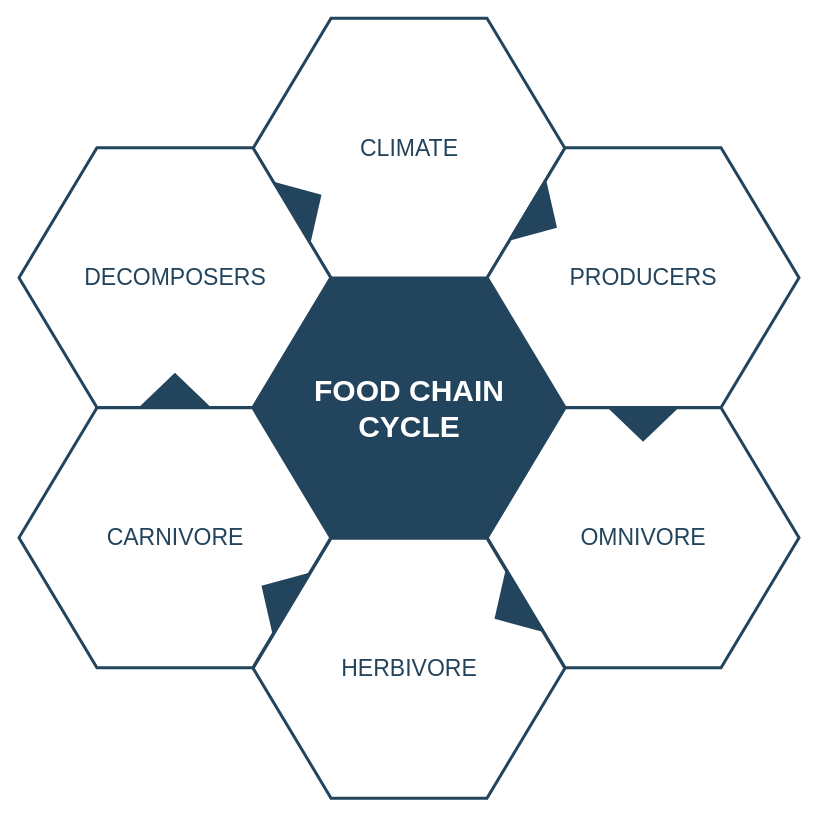
LuPat/project_dashboard keeps this draw.io diagram as data/Untitled Diagram.drawio. Above is the earlier version. Source tidied: cells renumbered, new cells numbered last; positions are measured from the earlier drawing's top-left corner, leaving out a move shared by most shapes. Both pictures are drawn from the tidied source at 100%, with x=0, y=0 at pixel (18, 18).
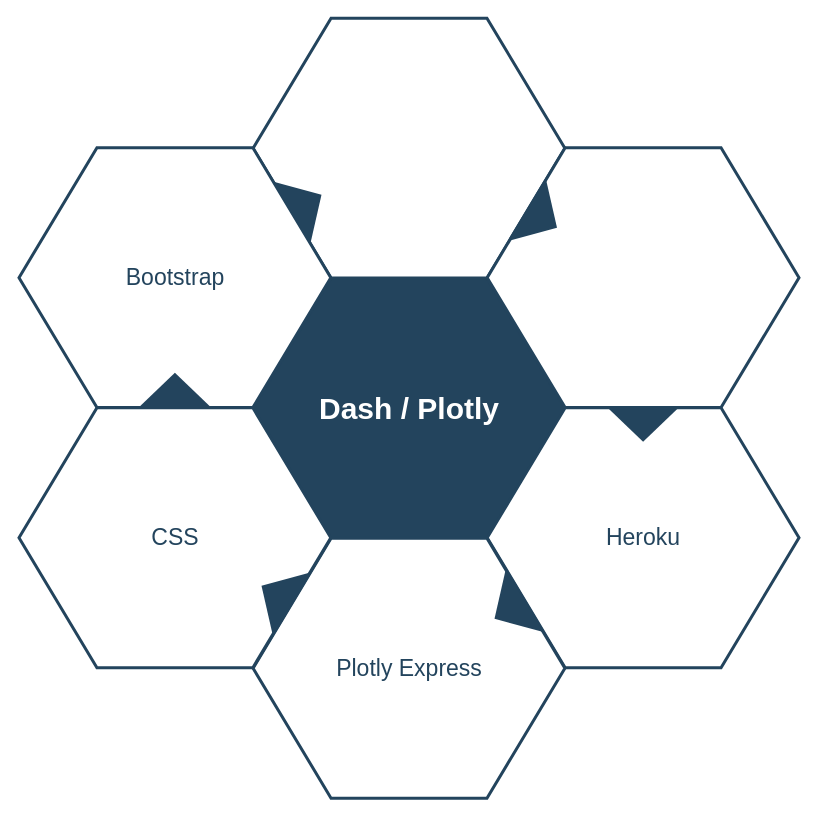
Above is the later version.

The edit, as a diff of the source:
```diff
@@
 <mxGraphModel background="#ffffff">
   <root>
     <mxCell id="0" />
     <mxCell id="1" parent="0" />
-    <mxCell id="2" value="&lt;font style=&quot;font-size: 30px&quot; color=&quot;#ffffff&quot;&gt;&lt;b&gt;&lt;span&gt;FOOD CHAIN&lt;/span&gt;&lt;br&gt;&lt;span&gt;CYCLE&lt;/span&gt;&lt;/b&gt;&lt;/font&gt;&lt;br&gt;" style="shape=hexagon;perimeter=hexagonPerimeter2;whiteSpace=wrap;html=1;shadow=0;labelBackgroundColor=none;strokeColor=#23445D;fillColor=#23445D;gradientColor=none;fontFamily=Helvetica;fontSize=23;fontColor=#23445d;align=center;strokeWidth=3;" parent="1" vertex="1">
+    <mxCell id="2" value="&lt;font color=&quot;#ffffff&quot;&gt;&lt;span style=&quot;font-size: 30px&quot;&gt;&lt;b&gt;Dash / Plotly&lt;/b&gt;&lt;/span&gt;&lt;/font&gt;" style="shape=hexagon;perimeter=hexagonPerimeter2;whiteSpace=wrap;html=1;shadow=0;labelBackgroundColor=none;strokeColor=#23445D;fillColor=#23445D;gradientColor=none;fontFamily=Helvetica;fontSize=23;fontColor=#23445d;align=center;strokeWidth=3;" parent="1" vertex="1">
       <mxGeometry x="234.6" y="259.8" width="311.8" height="259.9" as="geometry" />
     </mxCell>
     <mxCell id="3" style="triangle;whiteSpace=wrap;html=1;shadow=0;labelBackgroundColor=none;strokeColor=none;fillColor=#FFFFFF;fontFamily=Helvetica;fontSize=17;fontColor=#23445d;align=center;rotation=90;gradientColor=none;flipV=1;flipH=1;opacity=20;" parent="1" vertex="1">
       <mxGeometry x="115.5" y="277.7" width="72" height="152" as="geometry" />
     </mxCell>
-    <mxCell id="4" value="&lt;font style=&quot;font-size: 23px&quot;&gt;CLIMATE&lt;/font&gt;" style="shape=hexagon;perimeter=hexagonPerimeter2;whiteSpace=wrap;html=1;shadow=0;labelBackgroundColor=none;strokeColor=#23445D;fillColor=#ffffff;gradientColor=none;fontFamily=Helvetica;fontSize=23;fontColor=#23445D;align=center;strokeWidth=3;" parent="1" vertex="1">
+    <mxCell id="4" style="shape=hexagon;perimeter=hexagonPerimeter2;whiteSpace=wrap;html=1;shadow=0;labelBackgroundColor=none;strokeColor=#23445D;fillColor=#ffffff;gradientColor=none;fontFamily=Helvetica;fontSize=23;fontColor=#23445D;align=center;strokeWidth=3;" parent="1" vertex="1">
       <mxGeometry x="234.6" y="-0.3" width="311.8" height="259.9" as="geometry" />
     </mxCell>
-    <mxCell id="5" value="&lt;font style=&quot;font-size: 23px&quot;&gt;PRODUCERS&lt;/font&gt;" style="shape=hexagon;perimeter=hexagonPerimeter2;whiteSpace=wrap;html=1;shadow=0;labelBackgroundColor=none;strokeColor=#23445D;fillColor=#FFFFFF;gradientColor=none;fontFamily=Helvetica;fontSize=23;fontColor=#23445d;align=center;strokeWidth=3;" parent="1" vertex="1">
+    <mxCell id="5" style="shape=hexagon;perimeter=hexagonPerimeter2;whiteSpace=wrap;html=1;shadow=0;labelBackgroundColor=none;strokeColor=#23445D;fillColor=#FFFFFF;gradientColor=none;fontFamily=Helvetica;fontSize=23;fontColor=#23445d;align=center;strokeWidth=3;" parent="1" vertex="1">
       <mxGeometry x="468.7" y="129.2" width="311.8" height="259.9" as="geometry" />
     </mxCell>
-    <mxCell id="6" value="&lt;font style=&quot;font-size: 23px&quot;&gt;OMNIVORE&lt;/font&gt;" style="shape=hexagon;perimeter=hexagonPerimeter2;whiteSpace=wrap;html=1;shadow=0;labelBackgroundColor=none;strokeColor=#23445D;fillColor=#FFFFFF;gradientColor=none;fontFamily=Helvetica;fontSize=23;fontColor=#23445d;align=center;strokeWidth=3;" parent="1" vertex="1">
+    <mxCell id="6" value="&lt;font style=&quot;font-size: 23px&quot;&gt;Heroku&lt;/font&gt;" style="shape=hexagon;perimeter=hexagonPerimeter2;whiteSpace=wrap;html=1;shadow=0;labelBackgroundColor=none;strokeColor=#23445D;fillColor=#FFFFFF;gradientColor=none;fontFamily=Helvetica;fontSize=23;fontColor=#23445d;align=center;strokeWidth=3;" parent="1" vertex="1">
       <mxGeometry x="468.7" y="389.3" width="311.8" height="259.9" as="geometry" />
     </mxCell>
-    <mxCell id="7" value="&lt;font style=&quot;font-size: 23px&quot;&gt;HERBIVORE&lt;/font&gt;" style="shape=hexagon;perimeter=hexagonPerimeter2;whiteSpace=wrap;html=1;shadow=0;labelBackgroundColor=none;strokeColor=#23445D;fillColor=#FFFFFF;gradientColor=none;fontFamily=Helvetica;fontSize=23;fontColor=#23445d;align=center;strokeWidth=3;" parent="1" vertex="1">
+    <mxCell id="7" value="Plotly Express" style="shape=hexagon;perimeter=hexagonPerimeter2;whiteSpace=wrap;html=1;shadow=0;labelBackgroundColor=none;strokeColor=#23445D;fillColor=#FFFFFF;gradientColor=none;fontFamily=Helvetica;fontSize=23;fontColor=#23445d;align=center;strokeWidth=3;" parent="1" vertex="1">
       <mxGeometry x="234.6" y="519.8" width="311.8" height="259.9" as="geometry" />
     </mxCell>
-    <mxCell id="8" value="&lt;font style=&quot;font-size: 23px&quot;&gt;CARNIVORE&lt;/font&gt;" style="shape=hexagon;perimeter=hexagonPerimeter2;whiteSpace=wrap;html=1;shadow=0;labelBackgroundColor=none;strokeColor=#23445D;fillColor=#FFFFFF;gradientColor=none;fontFamily=Helvetica;fontSize=23;fontColor=#23445d;align=center;strokeWidth=3;" parent="1" vertex="1">
+    <mxCell id="8" value="&lt;font style=&quot;font-size: 23px&quot;&gt;CSS&lt;/font&gt;" style="shape=hexagon;perimeter=hexagonPerimeter2;whiteSpace=wrap;html=1;shadow=0;labelBackgroundColor=none;strokeColor=#23445D;fillColor=#FFFFFF;gradientColor=none;fontFamily=Helvetica;fontSize=23;fontColor=#23445d;align=center;strokeWidth=3;" parent="1" vertex="1">
       <mxGeometry x="0.5" y="389.3" width="311.8" height="259.9" as="geometry" />
     </mxCell>
-    <mxCell id="9" value="&lt;font style=&quot;font-size: 23px;&quot;&gt;DECOMPOSERS&lt;/font&gt;" style="shape=hexagon;perimeter=hexagonPerimeter2;whiteSpace=wrap;html=1;shadow=0;labelBackgroundColor=none;strokeColor=#23445D;fillColor=#ffffff;gradientColor=none;fontFamily=Helvetica;fontSize=23;fontColor=#23445D;align=center;strokeWidth=3;" parent="1" vertex="1">
+    <mxCell id="9" value="&lt;font style=&quot;font-size: 23px&quot;&gt;Bootstrap&lt;br&gt;&lt;/font&gt;" style="shape=hexagon;perimeter=hexagonPerimeter2;whiteSpace=wrap;html=1;shadow=0;labelBackgroundColor=none;strokeColor=#23445D;fillColor=#ffffff;gradientColor=none;fontFamily=Helvetica;fontSize=23;fontColor=#23445D;align=center;strokeWidth=3;" parent="1" vertex="1">
       <mxGeometry x="0.5" y="129.2" width="311.8" height="259.9" as="geometry" />
     </mxCell>
     <mxCell id="10" style="triangle;whiteSpace=wrap;html=1;shadow=0;labelBackgroundColor=none;strokeColor=none;fillColor=#23445D;fontFamily=Helvetica;fontSize=17;fontColor=#23445d;align=center;rotation=31;gradientColor=none;strokeWidth=3;" parent="1" vertex="1">
       <mxGeometry x="506" y="163.7" width="35" height="73" as="geometry" />
     </mxCell>
     <mxCell id="11" style="triangle;whiteSpace=wrap;html=1;shadow=0;labelBackgroundColor=none;strokeColor=none;fillColor=#23445D;fontFamily=Helvetica;fontSize=17;fontColor=#23445d;align=center;rotation=31;gradientColor=none;flipH=1;strokeWidth=3;" parent="1" vertex="1">
       <mxGeometry x="240.5" y="539.7" width="35" height="73" as="geometry" />
     </mxCell>
     <mxCell id="12" style="triangle;whiteSpace=wrap;html=1;shadow=0;labelBackgroundColor=none;strokeColor=none;fillColor=#23445D;fontFamily=Helvetica;fontSize=17;fontColor=#23445d;align=center;rotation=329;gradientColor=none;strokeWidth=3;" parent="1" vertex="1">
       <mxGeometry x="270.5" y="148.7" width="35" height="73" as="geometry" />
     </mxCell>
     <mxCell id="13" style="triangle;whiteSpace=wrap;html=1;shadow=0;labelBackgroundColor=none;strokeColor=none;fillColor=#23445D;fontFamily=Helvetica;fontSize=17;fontColor=#23445d;align=center;rotation=329;gradientColor=none;flipH=1;strokeWidth=3;" parent="1" vertex="1">
       <mxGeometry x="473.5" y="554.7" width="35" height="73" as="geometry" />
     </mxCell>
     <mxCell id="14" style="triangle;whiteSpace=wrap;html=1;shadow=0;labelBackgroundColor=none;strokeColor=none;fillColor=#23445D;fontFamily=Helvetica;fontSize=17;fontColor=#23445d;align=center;rotation=90;gradientColor=none;strokeWidth=3;" parent="1" vertex="1">
       <mxGeometry x="607.1" y="369.2" width="35" height="73" as="geometry" />
     </mxCell>
     <mxCell id="15" style="triangle;whiteSpace=wrap;html=1;shadow=0;labelBackgroundColor=none;strokeColor=none;fillColor=#23445D;fontFamily=Helvetica;fontSize=17;fontColor=#23445d;align=center;rotation=90;gradientColor=none;flipH=1;strokeWidth=3;" parent="1" vertex="1">
       <mxGeometry x="138.9" y="335.2" width="35" height="73" as="geometry" />
     </mxCell>
   </root>
 </mxGraphModel>
```
